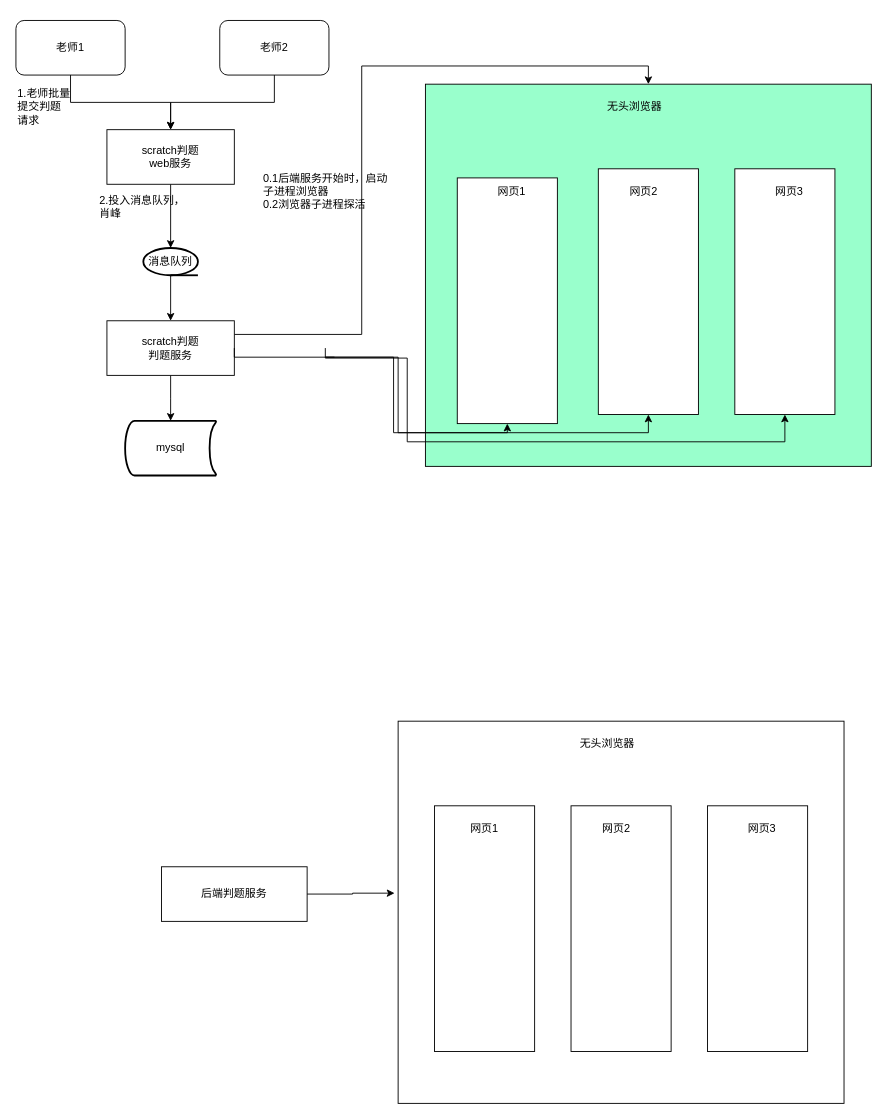
The draw.io diagram scratch后端判题.drawio in xiell2016/hetaoDesign, before the edit. Source tidied: cells renumbered, new cells numbered last; positions are measured from the earlier drawing's top-left corner, leaving out a move shared by most shapes. Both pictures are drawn from the tidied source at 91%, with x=0, y=0 at pixel (15, 20).
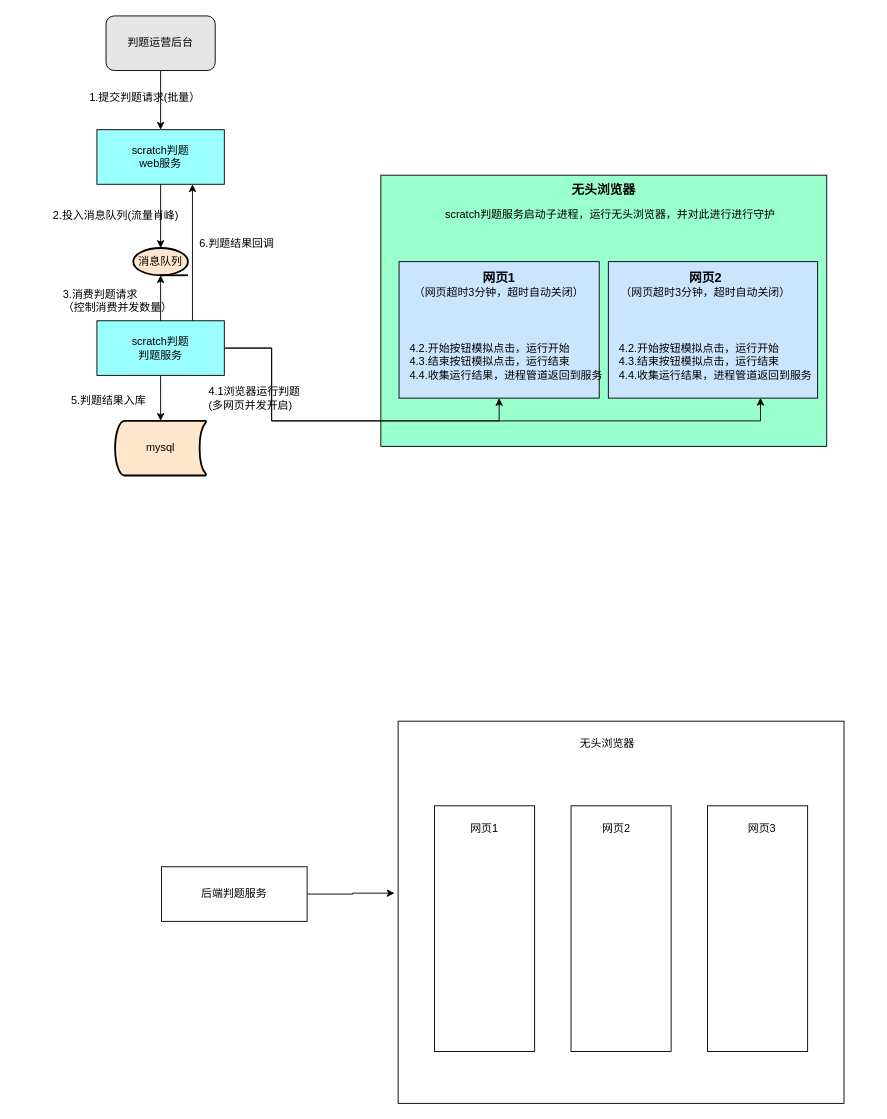
Above is the later version.

Commit message:
更新scratch后端判题.drawio

What changed in the source:
```diff
@@
-    <mxCell id="2" style="edgeStyle=orthogonalEdgeStyle;rounded=0;jettySize=auto;html=1;" parent="1" edge="1" source="3" target="12">
-      <mxGeometry relative="1" as="geometry" />
-    </mxCell>
-    <mxCell id="3" value="消息队列" style="strokeWidth=2;html=1;shape=mxgraph.flowchart.sequential_data;whiteSpace=wrap;" parent="1" vertex="1">
-      <mxGeometry x="140" y="250" width="60" height="30" as="geometry" />
+    <mxCell id="3" value="消息队列" style="strokeWidth=2;html=1;shape=mxgraph.flowchart.sequential_data;whiteSpace=wrap;fillColor=#FFE6CC;" parent="1" vertex="1">
+      <mxGeometry x="129" y="250" width="60" height="30" as="geometry" />
     </mxCell>
@@
-    <mxCell id="5" value="老师1" style="rounded=1;whiteSpace=wrap;html=1;" parent="1" vertex="1">
-      <mxGeometry width="120" height="60" as="geometry" />
+    <mxCell id="5" value="判题运营后台" style="rounded=1;whiteSpace=wrap;html=1;fillColor=#E6E6E6;" parent="1" vertex="1">
+      <mxGeometry x="99" y="-5" width="120" height="60" as="geometry" />
     </mxCell>
-    <mxCell id="6" style="edgeStyle=orthogonalEdgeStyle;rounded=0;jettySize=auto;html=1;exitX=0.5;exitY=1;exitDx=0;exitDy=0;entryX=0.5;entryY=0;entryDx=0;entryDy=0;" parent="1" edge="1" source="7" target="9">
-      <mxGeometry relative="1" as="geometry" />
-    </mxCell>
-    <mxCell id="7" value="老师2" style="rounded=1;whiteSpace=wrap;html=1;" parent="1" vertex="1">
-      <mxGeometry x="224" width="120" height="60" as="geometry" />
-    </mxCell>
@@
-    <mxCell id="9" value="scratch判题&lt;br&gt;web服务" style="rounded=0;whiteSpace=wrap;html=1;" parent="1" vertex="1">
-      <mxGeometry x="100" y="120" width="140" height="60" as="geometry" />
+    <mxCell id="9" value="scratch判题&lt;br&gt;web服务" style="rounded=0;whiteSpace=wrap;html=1;fillColor=#99FFFF;" parent="1" vertex="1">
+      <mxGeometry x="89" y="120" width="140" height="60" as="geometry" />
     </mxCell>
     <mxCell id="10" style="edgeStyle=orthogonalEdgeStyle;rounded=0;jettySize=auto;html=1;" parent="1" edge="1" source="12">
       <mxGeometry relative="1" as="geometry">
-        <mxPoint x="170" y="440" as="targetPoint" />
+        <mxPoint x="159" y="440" as="targetPoint" />
       </mxGeometry>
     </mxCell>
-    <mxCell id="11" style="edgeStyle=orthogonalEdgeStyle;rounded=0;jettySize=auto;html=1;exitX=1;exitY=0.25;exitDx=0;exitDy=0;entryX=0.5;entryY=0;entryDx=0;entryDy=0;" parent="1" edge="1" source="12" target="13">
-      <mxGeometry relative="1" as="geometry">
-        <Array as="points">
-          <mxPoint x="380" y="345" />
-          <mxPoint x="380" y="50" />
-          <mxPoint x="695" y="50" />
-        </Array>
-      </mxGeometry>
-    </mxCell>
+    <mxCell id="38" style="edgeStyle=orthogonalEdgeStyle;rounded=0;jettySize=auto;html=1;exitX=0.75;exitY=0;exitDx=0;exitDy=0;entryX=0.75;entryY=1;entryDx=0;entryDy=0;" parent="1" edge="1" source="12" target="9">
+      <mxGeometry relative="1" as="geometry" />
+    </mxCell>
-    <mxCell id="12" value="scratch判题&lt;br&gt;判题服务" style="rounded=0;whiteSpace=wrap;html=1;" parent="1" vertex="1">
-      <mxGeometry x="100" y="330" width="140" height="60" as="geometry" />
+    <mxCell id="12" value="scratch判题&lt;br&gt;判题服务" style="rounded=0;whiteSpace=wrap;html=1;fillColor=#99FFFF;" parent="1" vertex="1">
+      <mxGeometry x="89" y="330" width="140" height="60" as="geometry" />
     </mxCell>
     <mxCell id="13" style="rounded=0;whiteSpace=wrap;html=1;fillColor=#99FFCC;" parent="1" vertex="1">
-      <mxGeometry x="450" y="70" width="490" height="420" as="geometry" />
+      <mxGeometry x="401" y="170" width="490" height="298" as="geometry" />
     </mxCell>
-    <mxCell id="14" style="edgeStyle=orthogonalEdgeStyle;rounded=0;jettySize=auto;html=1;exitX=1;exitY=0.5;exitDx=0;exitDy=0;entryX=0.5;entryY=1;entryDx=0;entryDy=0;" parent="1" edge="1" source="12" target="15">
+    <mxCell id="14" style="edgeStyle=orthogonalEdgeStyle;rounded=0;jettySize=auto;html=1;entryX=0.727;entryY=0.998;entryDx=0;entryDy=0;entryPerimeter=0;" parent="1" edge="1" target="17">
       <mxGeometry relative="1" as="geometry">
+        <mxPoint x="230" y="360" as="sourcePoint" />
         <Array as="points">
-          <mxPoint x="340" y="370" />
-          <mxPoint x="415" y="370" />
-          <mxPoint x="415" y="453" />
-          <mxPoint x="545" y="453" />
+          <mxPoint x="281" y="360" />
+          <mxPoint x="281" y="440" />
+          <mxPoint x="818" y="440" />
         </Array>
       </mxGeometry>
     </mxCell>
-    <mxCell id="15" style="rounded=0;whiteSpace=wrap;html=1;" parent="1" vertex="1">
-      <mxGeometry x="485" y="173" width="110" height="270" as="geometry" />
+    <mxCell id="15" style="rounded=0;whiteSpace=wrap;html=1;align=left;fillColor=#CCE5FF;" parent="1" vertex="1">
+      <mxGeometry x="421" y="265" width="220" height="150" as="geometry" />
     </mxCell>
-    <mxCell id="16" style="rounded=0;whiteSpace=wrap;html=1;" parent="1" vertex="1">
-      <mxGeometry x="640" y="163" width="110" height="270" as="geometry" />
-    </mxCell>
-    <mxCell id="17" style="rounded=0;whiteSpace=wrap;html=1;" parent="1" vertex="1">
-      <mxGeometry x="790" y="163" width="110" height="270" as="geometry" />
+    <mxCell id="17" style="rounded=0;whiteSpace=wrap;html=1;fillColor=#CCE5FF;" parent="1" vertex="1">
+      <mxGeometry x="651" y="265" width="230" height="150" as="geometry" />
     </mxCell>
-    <mxCell id="18" value="无头浏览器" style="text;html=1;strokeColor=none;fillColor=none;align=center;verticalAlign=middle;whiteSpace=wrap;rounded=0;" parent="1" vertex="1">
-      <mxGeometry x="630" y="80" width="100" height="30" as="geometry" />
+    <mxCell id="18" value="无头浏览器" style="text;html=1;strokeColor=none;fillColor=none;align=center;verticalAlign=middle;whiteSpace=wrap;rounded=0;fontSize=14;fontStyle=1;" parent="1" vertex="1">
+      <mxGeometry x="596" y="171" width="100" height="30" as="geometry" />
     </mxCell>
-    <mxCell id="19" value="网页1" style="text;html=1;strokeColor=none;fillColor=none;align=center;verticalAlign=middle;whiteSpace=wrap;rounded=0;" parent="1" vertex="1">
-      <mxGeometry x="515" y="173" width="60" height="30" as="geometry" />
+    <mxCell id="19" value="&lt;b style=&quot;font-size: 14px;&quot;&gt;网页1&lt;br&gt;&lt;/b&gt;（网页超时3分钟，超时自动关闭）" style="text;html=1;strokeColor=none;fillColor=none;align=center;verticalAlign=middle;whiteSpace=wrap;rounded=0;" parent="1" vertex="1">
+      <mxGeometry x="421" y="275" width="220" height="30" as="geometry" />
     </mxCell>
-    <mxCell id="20" value="网页2" style="text;html=1;strokeColor=none;fillColor=none;align=center;verticalAlign=middle;whiteSpace=wrap;rounded=0;" parent="1" vertex="1">
-      <mxGeometry x="660" y="173" width="60" height="30" as="geometry" />
-    </mxCell>
-    <mxCell id="21" value="网页3" style="text;html=1;strokeColor=none;fillColor=none;align=center;verticalAlign=middle;whiteSpace=wrap;rounded=0;" parent="1" vertex="1">
-      <mxGeometry x="820" y="173" width="60" height="30" as="geometry" />
-    </mxCell>
-    <mxCell id="22" style="edgeStyle=orthogonalEdgeStyle;rounded=0;jettySize=auto;html=1;entryX=0.5;entryY=1;entryDx=0;entryDy=0;" parent="1" edge="1" target="16">
-      <mxGeometry relative="1" as="geometry">
-        <mxPoint x="340" y="360" as="sourcePoint" />
-        <Array as="points">
-          <mxPoint x="340" y="370" />
-          <mxPoint x="420" y="370" />
-          <mxPoint x="420" y="453" />
-          <mxPoint x="695" y="453" />
-        </Array>
-      </mxGeometry>
-    </mxCell>
-    <mxCell id="23" style="edgeStyle=orthogonalEdgeStyle;rounded=0;jettySize=auto;html=1;entryX=0.5;entryY=1;entryDx=0;entryDy=0;" parent="1" edge="1" target="17">
-      <mxGeometry relative="1" as="geometry">
-        <mxPoint x="350" y="370" as="sourcePoint" />
-        <Array as="points">
-          <mxPoint x="340" y="370" />
-          <mxPoint x="340" y="371" />
-          <mxPoint x="430" y="371" />
-          <mxPoint x="430" y="463" />
-          <mxPoint x="845" y="463" />
-        </Array>
-      </mxGeometry>
-    </mxCell>
@@
-    <mxCell id="34" value="mysql" style="strokeWidth=2;html=1;shape=mxgraph.flowchart.stored_data;whiteSpace=wrap;" parent="1" vertex="1">
-      <mxGeometry x="120" y="440" width="100" height="60" as="geometry" />
+    <mxCell id="34" value="mysql" style="strokeWidth=2;html=1;shape=mxgraph.flowchart.stored_data;whiteSpace=wrap;fillColor=#FFE6CC;" parent="1" vertex="1">
+      <mxGeometry x="109" y="440" width="100" height="60" as="geometry" />
     </mxCell>
-    <mxCell id="35" value="0.1后端服务开始时，启动子进程浏览器&lt;br&gt;0.2浏览器子进程探活" style="text;html=1;strokeColor=none;fillColor=none;align=left;verticalAlign=middle;whiteSpace=wrap;rounded=0;" parent="1" vertex="1">
-      <mxGeometry x="270" y="163" width="150" height="50" as="geometry" />
-    </mxCell>
-    <mxCell id="36" value="1.老师批量提交判题请求" style="text;html=1;strokeColor=none;fillColor=none;align=left;verticalAlign=middle;whiteSpace=wrap;rounded=0;" parent="1" vertex="1">
-      <mxGeometry y="80" width="60" height="30" as="geometry" />
+    <mxCell id="36" value="1.提交判题请求(批量）" style="text;html=1;strokeColor=none;fillColor=none;align=left;verticalAlign=middle;whiteSpace=wrap;rounded=0;" parent="1" vertex="1">
+      <mxGeometry x="79" y="70" width="151" height="30" as="geometry" />
     </mxCell>
-    <mxCell id="37" value="2.投入消息队列，肖峰" style="text;html=1;strokeColor=none;fillColor=none;align=left;verticalAlign=middle;whiteSpace=wrap;rounded=0;" parent="1" vertex="1">
-      <mxGeometry x="90" y="190" width="100" height="30" as="geometry" />
+    <mxCell id="37" value="2.投入消息队列(流量肖峰)" style="text;html=1;strokeColor=none;fillColor=none;align=left;verticalAlign=middle;whiteSpace=wrap;rounded=0;" parent="1" vertex="1">
+      <mxGeometry x="39" y="200" width="169" height="30" as="geometry" />
     </mxCell>
+    <mxCell id="39" value="3.消费判题请求&lt;br&gt;（控制消费并发数量）" style="text;html=1;strokeColor=none;fillColor=none;align=left;verticalAlign=middle;whiteSpace=wrap;rounded=0;" parent="1" vertex="1">
+      <mxGeometry x="50" y="293" width="140" height="30" as="geometry" />
+    </mxCell>
+    <mxCell id="40" style="edgeStyle=orthogonalEdgeStyle;rounded=0;jettySize=auto;html=1;exitX=0.5;exitY=0;exitDx=0;exitDy=0;entryX=0.5;entryY=1;entryDx=0;entryDy=0;entryPerimeter=0;" parent="1" edge="1" source="12" target="3">
+      <mxGeometry relative="1" as="geometry" />
+    </mxCell>
+    <mxCell id="41" value="4.1浏览器运行判题&lt;br&gt;(多网页并发开启)" style="text;html=1;strokeColor=none;fillColor=none;align=left;verticalAlign=middle;whiteSpace=wrap;rounded=0;" parent="1" vertex="1">
+      <mxGeometry x="210" y="400" width="130" height="30" as="geometry" />
+    </mxCell>
+    <mxCell id="42" value="6.判题结果回调" style="text;html=1;strokeColor=none;fillColor=none;align=left;verticalAlign=middle;whiteSpace=wrap;rounded=0;" parent="1" vertex="1">
+      <mxGeometry x="200" y="230" width="100" height="30" as="geometry" />
+    </mxCell>
+    <mxCell id="43" value="5.判题结果入库" style="text;html=1;strokeColor=none;fillColor=none;align=left;verticalAlign=middle;whiteSpace=wrap;rounded=0;" parent="1" vertex="1">
+      <mxGeometry x="59" y="403" width="100" height="30" as="geometry" />
+    </mxCell>
+    <mxCell id="44" style="edgeStyle=orthogonalEdgeStyle;rounded=0;jettySize=auto;html=1;entryX=0.5;entryY=1;entryDx=0;entryDy=0;exitX=1;exitY=0.5;exitDx=0;exitDy=0;" parent="1" edge="1" source="12" target="15">
+      <mxGeometry relative="1" as="geometry">
+        <Array as="points">
+          <mxPoint x="281" y="360" />
+          <mxPoint x="281" y="440" />
+          <mxPoint x="531" y="440" />
+        </Array>
+      </mxGeometry>
+    </mxCell>
+    <mxCell id="45" value="&lt;b style=&quot;font-size: 14px;&quot;&gt;网页2&lt;br&gt;&lt;/b&gt;（网页超时3分钟，超时自动关闭）" style="text;html=1;strokeColor=none;fillColor=none;align=center;verticalAlign=middle;whiteSpace=wrap;rounded=0;" parent="1" vertex="1">
+      <mxGeometry x="648" y="275" width="220" height="30" as="geometry" />
+    </mxCell>
+    <mxCell id="46" value="4.2.开始按钮模拟点击，运行开始&lt;br style=&quot;border-color: var(--border-color);&quot;&gt;4.3.结束按钮模拟点击，运行结束&lt;br style=&quot;border-color: var(--border-color);&quot;&gt;&lt;span style=&quot;border-color: var(--border-color);&quot;&gt;4.4.收集运行结果，进程管道返回到服务&lt;/span&gt;" style="text;html=1;strokeColor=none;fillColor=none;align=left;verticalAlign=middle;rounded=0;" parent="1" vertex="1">
+      <mxGeometry x="431" y="335" width="200" height="80" as="geometry" />
+    </mxCell>
+    <mxCell id="47" value="4.2.开始按钮模拟点击，运行开始&lt;br style=&quot;border-color: var(--border-color);&quot;&gt;4.3.结束按钮&lt;span style=&quot;&quot;&gt;模拟点击，运行结束&lt;/span&gt;&lt;br style=&quot;border-color: var(--border-color);&quot;&gt;&lt;span style=&quot;&quot;&gt;4.4.收集运行结果，进程管道返回到服务&lt;/span&gt;" style="text;html=1;strokeColor=none;fillColor=none;align=left;verticalAlign=middle;rounded=0;" parent="1" vertex="1">
+      <mxGeometry x="661" y="335" width="200" height="80" as="geometry" />
+    </mxCell>
+    <mxCell id="48" value="scratch判题服务启动子进程，运行无头浏览器，并对此进行进行守护" style="text;html=1;strokeColor=none;fillColor=none;align=left;verticalAlign=middle;whiteSpace=wrap;rounded=0;" parent="1" vertex="1">
+      <mxGeometry x="470" y="196" width="380" height="35" as="geometry" />
+    </mxCell>
```
